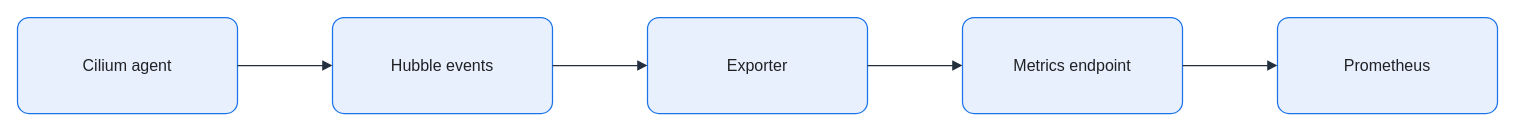
KKamJi98/kkamji98.github.io keeps this draw.io diagram as assets/img/kubernetes/hubble-exporter-flow.drawio. Above is the earlier version. Source tidied: cells renumbered, new cells numbered last; positions are measured from the earlier drawing's top-left corner, leaving out a move shared by most shapes. Both pictures are drawn from the tidied source at 100%, with x=0, y=0 at pixel (17, 17).
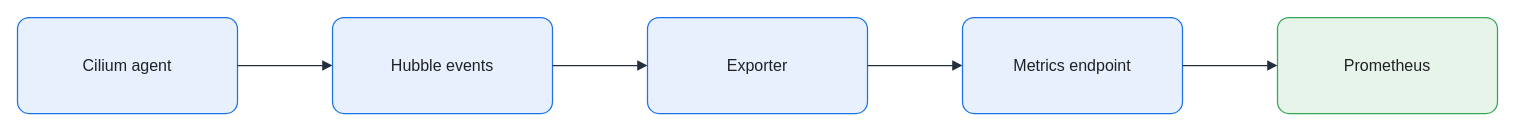
After the change.

Diff of the diagram source:
```diff
@@
 <mxGraphModel background="#FFFFFF">
   <root>
     <mxCell id="0" />
     <mxCell id="1" parent="0" />
     <mxCell id="2" value="Cilium agent" style="rounded=1;arcSize=12;whiteSpace=wrap;html=0;fillColor=#E8F0FE;strokeColor=#1A73E8;strokeWidth=1.25;fontColor=#202124;fontSize=16;align=center;verticalAlign=middle;spacing=8;shadow=0;" parent="1" vertex="1">
       <mxGeometry width="220" height="96" as="geometry" />
     </mxCell>
     <mxCell id="3" value="Hubble events" style="rounded=1;arcSize=12;whiteSpace=wrap;html=0;fillColor=#E8F0FE;strokeColor=#1A73E8;strokeWidth=1.25;fontColor=#202124;fontSize=16;align=center;verticalAlign=middle;spacing=8;shadow=0;" parent="1" vertex="1">
       <mxGeometry x="315" width="220" height="96" as="geometry" />
     </mxCell>
     <mxCell id="4" value="Exporter" style="rounded=1;arcSize=12;whiteSpace=wrap;html=0;fillColor=#E8F0FE;strokeColor=#1A73E8;strokeWidth=1.25;fontColor=#202124;fontSize=16;align=center;verticalAlign=middle;spacing=8;shadow=0;" parent="1" vertex="1">
       <mxGeometry x="630" width="220" height="96" as="geometry" />
     </mxCell>
     <mxCell id="5" value="Metrics endpoint" style="rounded=1;arcSize=12;whiteSpace=wrap;html=0;fillColor=#E8F0FE;strokeColor=#1A73E8;strokeWidth=1.25;fontColor=#202124;fontSize=16;align=center;verticalAlign=middle;spacing=8;shadow=0;" parent="1" vertex="1">
       <mxGeometry x="945" width="220" height="96" as="geometry" />
     </mxCell>
-    <mxCell id="6" value="Prometheus" style="rounded=1;arcSize=12;whiteSpace=wrap;html=0;fillColor=#E8F0FE;strokeColor=#1A73E8;strokeWidth=1.25;fontColor=#202124;fontSize=16;align=center;verticalAlign=middle;spacing=8;shadow=0;" parent="1" vertex="1">
+    <mxCell id="6" value="Prometheus" style="rounded=1;arcSize=12;whiteSpace=wrap;html=0;fillColor=#E6F4EA;strokeColor=#34A853;strokeWidth=1.25;fontColor=#202124;fontSize=16;align=center;verticalAlign=middle;spacing=8;shadow=0;" parent="1" vertex="1">
       <mxGeometry x="1260" width="220" height="96" as="geometry" />
     </mxCell>
     <mxCell id="7" style="edgeStyle=orthogonalEdgeStyle;rounded=0;jettySize=auto;html=0;endArrow=block;endFill=1;strokeColor=#232F3E;strokeWidth=1.25;fontColor=#202124;labelBackgroundColor=none;exitX=1;exitY=0.5;exitDx=0;exitDy=0;entryX=0;entryY=0.5;entryDx=0;entryDy=0;endSize=7;" parent="1" edge="1" source="2" target="3">
       <mxGeometry relative="1" as="geometry" />
     </mxCell>
     <mxCell id="8" style="edgeStyle=orthogonalEdgeStyle;rounded=0;jettySize=auto;html=0;endArrow=block;endFill=1;strokeColor=#232F3E;strokeWidth=1.25;fontColor=#202124;labelBackgroundColor=none;exitX=1;exitY=0.5;exitDx=0;exitDy=0;entryX=0;entryY=0.5;entryDx=0;entryDy=0;endSize=7;" parent="1" edge="1" source="3" target="4">
       <mxGeometry relative="1" as="geometry" />
     </mxCell>
     <mxCell id="9" style="edgeStyle=orthogonalEdgeStyle;rounded=0;jettySize=auto;html=0;endArrow=block;endFill=1;strokeColor=#232F3E;strokeWidth=1.25;fontColor=#202124;labelBackgroundColor=none;exitX=1;exitY=0.5;exitDx=0;exitDy=0;entryX=0;entryY=0.5;entryDx=0;entryDy=0;endSize=7;" parent="1" edge="1" source="4" target="5">
       <mxGeometry relative="1" as="geometry" />
     </mxCell>
     <mxCell id="10" style="edgeStyle=orthogonalEdgeStyle;rounded=0;jettySize=auto;html=0;endArrow=block;endFill=1;strokeColor=#232F3E;strokeWidth=1.25;fontColor=#202124;labelBackgroundColor=none;exitX=1;exitY=0.5;exitDx=0;exitDy=0;entryX=0;entryY=0.5;entryDx=0;entryDy=0;endSize=7;" parent="1" edge="1" source="5" target="6">
       <mxGeometry relative="1" as="geometry" />
     </mxCell>
   </root>
 </mxGraphModel>
```
